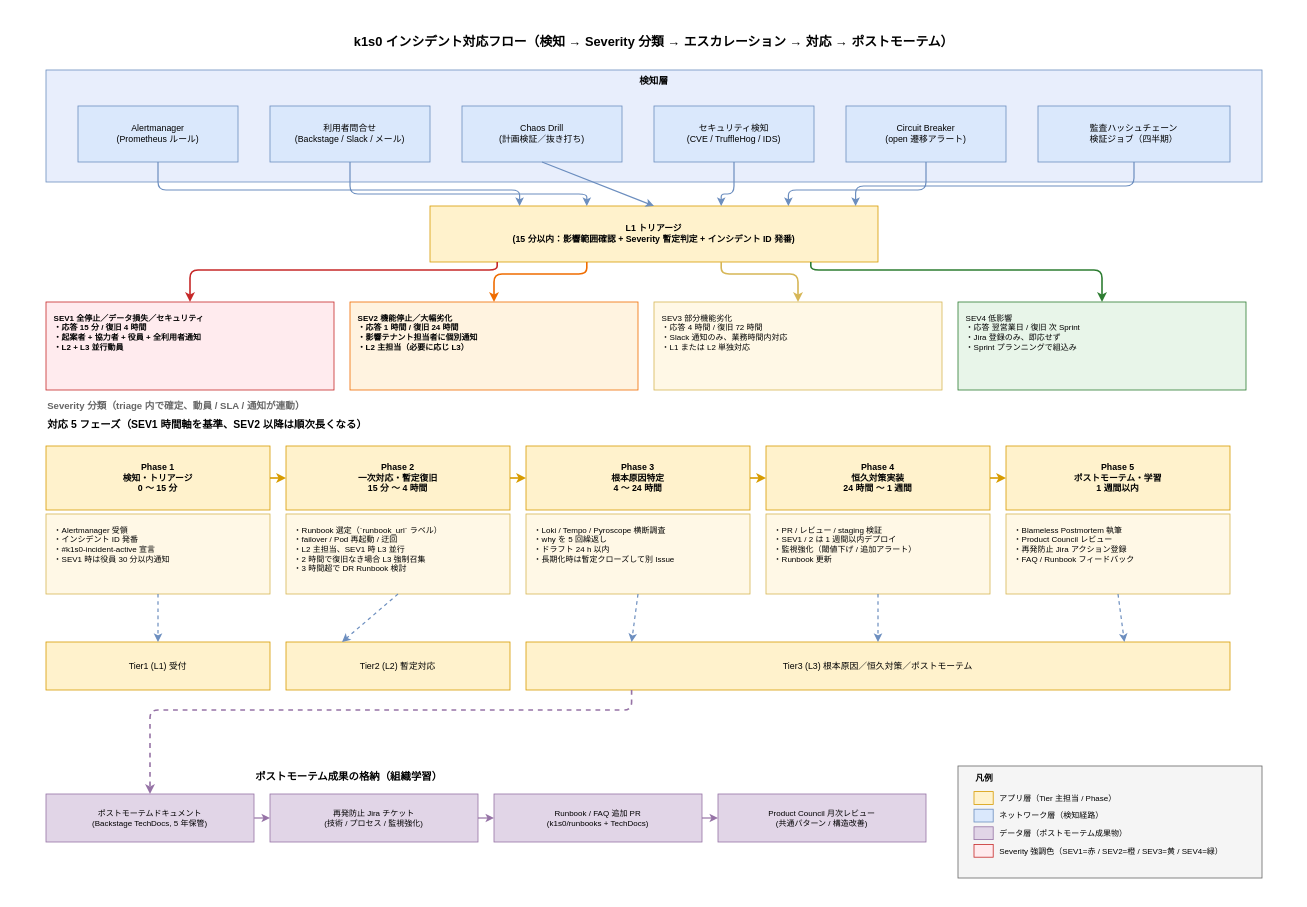
Before: docs/04_概要設計/55_運用ライフサイクル方式設計/img/02_インシデント対応方式/incident_response_flow.drawio in RyuheiKiso/k1s0, a draw.io diagram. Source tidied: cells renumbered, new cells numbered last; positions are measured from the earlier drawing's top-left corner, leaving out a move shared by most shapes. Both pictures are drawn from the tidied source at 80%, with x=0, y=0 at pixel (14, 14).
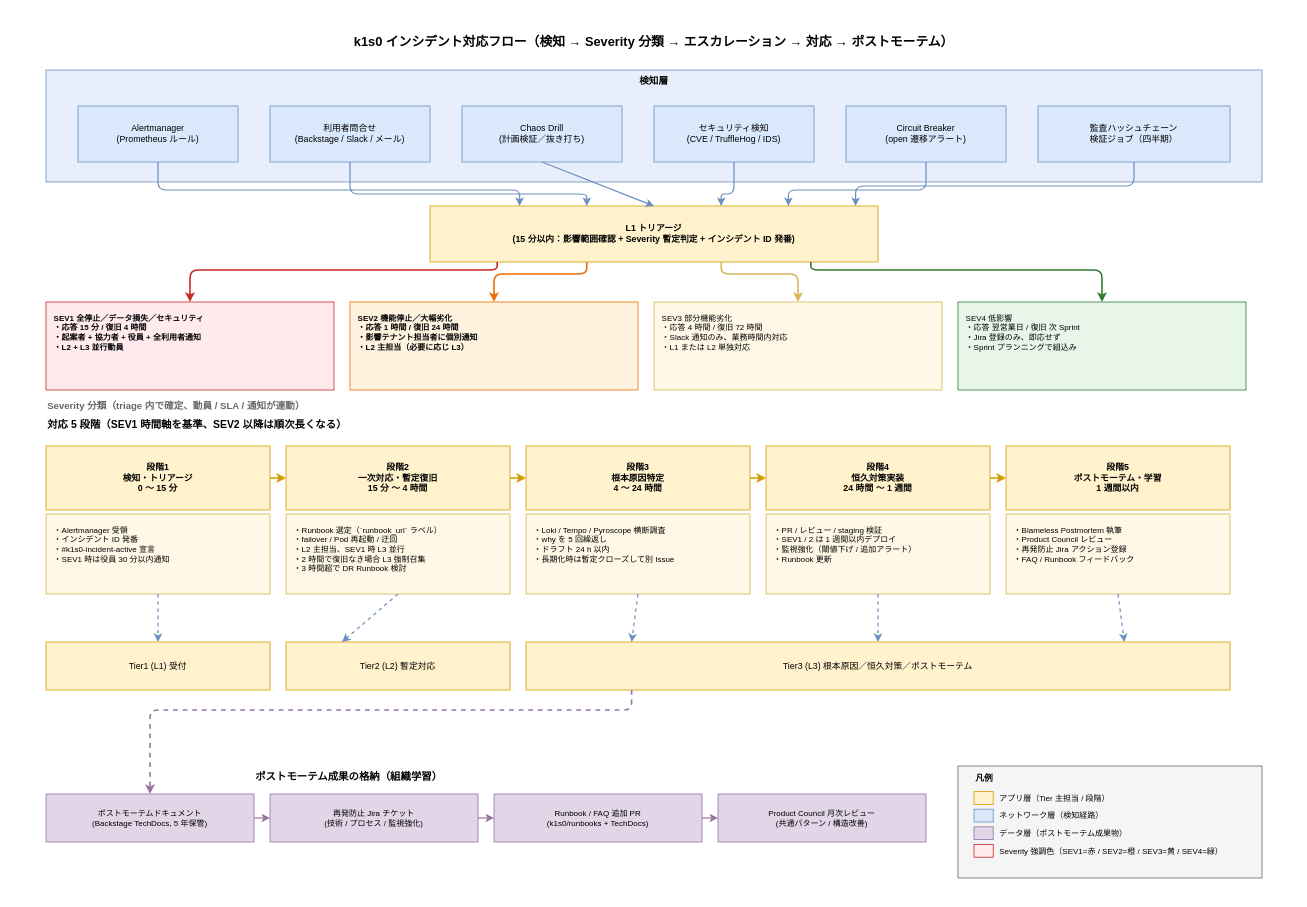
The same diagram, later.

What changed in the source:
```diff
@@
-    <mxCell id="27" value="対応 5 フェーズ（SEV1 時間軸を基準、SEV2 以降は順次長くなる）" style="text;html=1;strokeColor=none;fillColor=none;align=left;verticalAlign=middle;whiteSpace=wrap;fontSize=13;fontStyle=1;" parent="1" vertex="1">
-      <mxGeometry x="40" y="500" width="900" height="25" as="geometry" />
-    </mxCell>
+    <mxCell id="69" value="対応 5 段階（SEV1 時間軸を基準、SEV2 以降は順次長くなる）" style="text;html=1;strokeColor=none;fillColor=none;align=left;verticalAlign=middle;whiteSpace=wrap;fontSize=13;fontStyle=1;" parent="1" vertex="1">
+      <mxGeometry x="40" y="500" width="900" height="25" as="geometry" />
+    </mxCell>
-    <mxCell id="28" value="Phase 1&#10;検知・トリアージ&#10;0 〜 15 分" style="rounded=0;whiteSpace=wrap;html=1;fillColor=#fff2cc;strokeColor=#d79b00;fontSize=11;fontStyle=1;" parent="1" vertex="1">
+    <mxCell id="28" value="段階1&#10;検知・トリアージ&#10;0 〜 15 分" style="rounded=0;whiteSpace=wrap;html=1;fillColor=#fff2cc;strokeColor=#d79b00;fontSize=11;fontStyle=1;" parent="1" vertex="1">
       <mxGeometry x="40" y="540" width="280" height="80" as="geometry" />
     </mxCell>
-    <mxCell id="29" value="Phase 2&#10;一次対応・暫定復旧&#10;15 分 〜 4 時間" style="rounded=0;whiteSpace=wrap;html=1;fillColor=#fff2cc;strokeColor=#d79b00;fontSize=11;fontStyle=1;" parent="1" vertex="1">
+    <mxCell id="29" value="段階2&#10;一次対応・暫定復旧&#10;15 分 〜 4 時間" style="rounded=0;whiteSpace=wrap;html=1;fillColor=#fff2cc;strokeColor=#d79b00;fontSize=11;fontStyle=1;" parent="1" vertex="1">
       <mxGeometry x="340" y="540" width="280" height="80" as="geometry" />
     </mxCell>
-    <mxCell id="30" value="Phase 3&#10;根本原因特定&#10;4 〜 24 時間" style="rounded=0;whiteSpace=wrap;html=1;fillColor=#fff2cc;strokeColor=#d79b00;fontSize=11;fontStyle=1;" parent="1" vertex="1">
+    <mxCell id="30" value="段階3&#10;根本原因特定&#10;4 〜 24 時間" style="rounded=0;whiteSpace=wrap;html=1;fillColor=#fff2cc;strokeColor=#d79b00;fontSize=11;fontStyle=1;" parent="1" vertex="1">
       <mxGeometry x="640" y="540" width="280" height="80" as="geometry" />
     </mxCell>
-    <mxCell id="31" value="Phase 4&#10;恒久対策実装&#10;24 時間 〜 1 週間" style="rounded=0;whiteSpace=wrap;html=1;fillColor=#fff2cc;strokeColor=#d79b00;fontSize=11;fontStyle=1;" parent="1" vertex="1">
+    <mxCell id="31" value="段階4&#10;恒久対策実装&#10;24 時間 〜 1 週間" style="rounded=0;whiteSpace=wrap;html=1;fillColor=#fff2cc;strokeColor=#d79b00;fontSize=11;fontStyle=1;" parent="1" vertex="1">
       <mxGeometry x="940" y="540" width="280" height="80" as="geometry" />
     </mxCell>
-    <mxCell id="32" value="Phase 5&#10;ポストモーテム・学習&#10;1 週間以内" style="rounded=0;whiteSpace=wrap;html=1;fillColor=#fff2cc;strokeColor=#d79b00;fontSize=11;fontStyle=1;" parent="1" vertex="1">
+    <mxCell id="32" value="段階5&#10;ポストモーテム・学習&#10;1 週間以内" style="rounded=0;whiteSpace=wrap;html=1;fillColor=#fff2cc;strokeColor=#d79b00;fontSize=11;fontStyle=1;" parent="1" vertex="1">
       <mxGeometry x="1240" y="540" width="280" height="80" as="geometry" />
     </mxCell>
@@
-    <mxCell id="62" value="アプリ層（Tier 主担当 / Phase）" style="text;html=1;strokeColor=none;fillColor=none;align=left;verticalAlign=middle;whiteSpace=wrap;fontSize=10;" parent="1" vertex="1">
+    <mxCell id="62" value="アプリ層（Tier 主担当 / 段階）" style="text;html=1;strokeColor=none;fillColor=none;align=left;verticalAlign=middle;whiteSpace=wrap;fontSize=10;" parent="1" vertex="1">
       <mxGeometry x="1230" y="970" width="300" height="20" as="geometry" />
     </mxCell>
```
